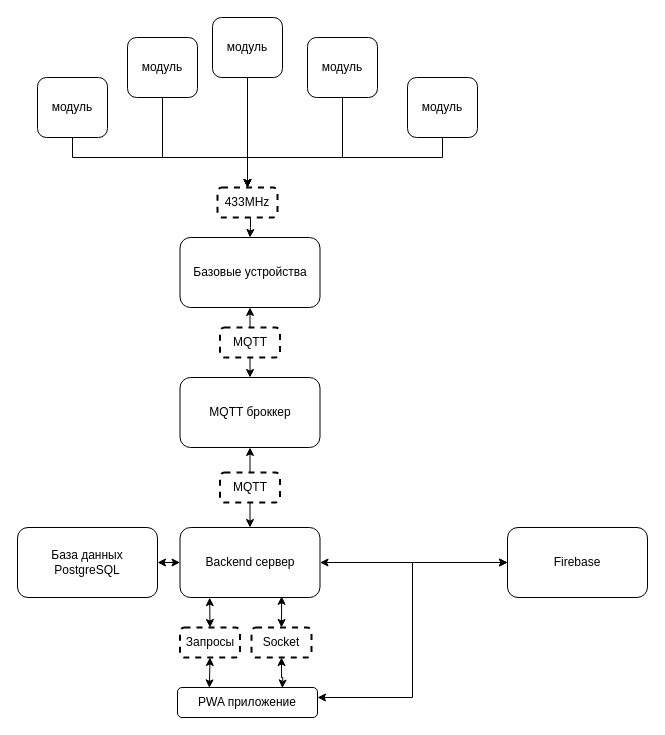
Earlier version of the draw.io diagram Global.drawio (PavelG1307/FifthFloorDevice). Source tidied: cells renumbered, new cells numbered last; positions are measured from the earlier drawing's top-left corner, leaving out a move shared by most shapes. Both pictures are drawn from the tidied source at 100%, with x=0, y=0 at pixel (17, 17).
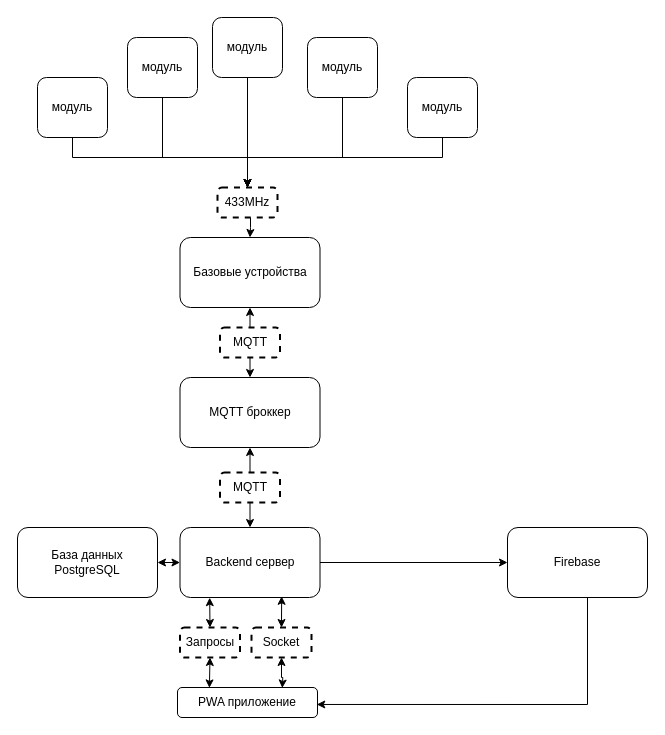
After the change.

The change refers to these unchanged cells:
```xml
<mxCell id="21" value="Backend сервер" style="rounded=1;whiteSpace=wrap;html=1;" parent="1" vertex="1">
  <mxGeometry x="162.5" y="510" width="140" height="70" as="geometry" />
</mxCell>
<mxCell id="27" value="Firebase" style="rounded=1;whiteSpace=wrap;html=1;" parent="1" vertex="1">
  <mxGeometry x="490" y="510" width="140" height="70" as="geometry" />
</mxCell>
<mxCell id="34" value="PWA приложение" style="rounded=1;whiteSpace=wrap;html=1;" parent="1" vertex="1">
  <mxGeometry x="160" y="670" width="140" height="30" as="geometry" />
</mxCell>
```

Change to the diagram source:
```diff
@@
-    <mxCell id="20" style="edgeStyle=orthogonalEdgeStyle;rounded=0;jettySize=auto;html=1;startArrow=classic;startFill=1;endArrow=classic;endFill=1;" parent="1" edge="1" source="21" target="27">
+    <mxCell id="20" style="edgeStyle=orthogonalEdgeStyle;rounded=0;jettySize=auto;html=1;startArrow=none;startFill=0;endArrow=classic;endFill=1;" parent="1" edge="1" source="21" target="27">
       <mxGeometry relative="1" as="geometry" />
     </mxCell>
@@
-    <mxCell id="26" style="edgeStyle=orthogonalEdgeStyle;rounded=0;jettySize=auto;html=1;entryX=1;entryY=0.333;entryDx=0;entryDy=0;entryPerimeter=0;fontSize=10;startArrow=classic;startFill=1;endArrow=classic;endFill=1;" parent="1" edge="1" source="27" target="34">
-      <mxGeometry relative="1" as="geometry" />
+    <mxCell id="26" style="edgeStyle=orthogonalEdgeStyle;rounded=0;jettySize=auto;html=1;entryX=0.995;entryY=0.566;entryDx=0;entryDy=0;entryPerimeter=0;fontSize=10;startArrow=none;startFill=0;endArrow=classic;endFill=1;" parent="1" edge="1" source="27" target="34">
+      <mxGeometry relative="1" as="geometry">
+        <Array as="points">
+          <mxPoint x="570" y="687" />
+        </Array>
+      </mxGeometry>
     </mxCell>
```
